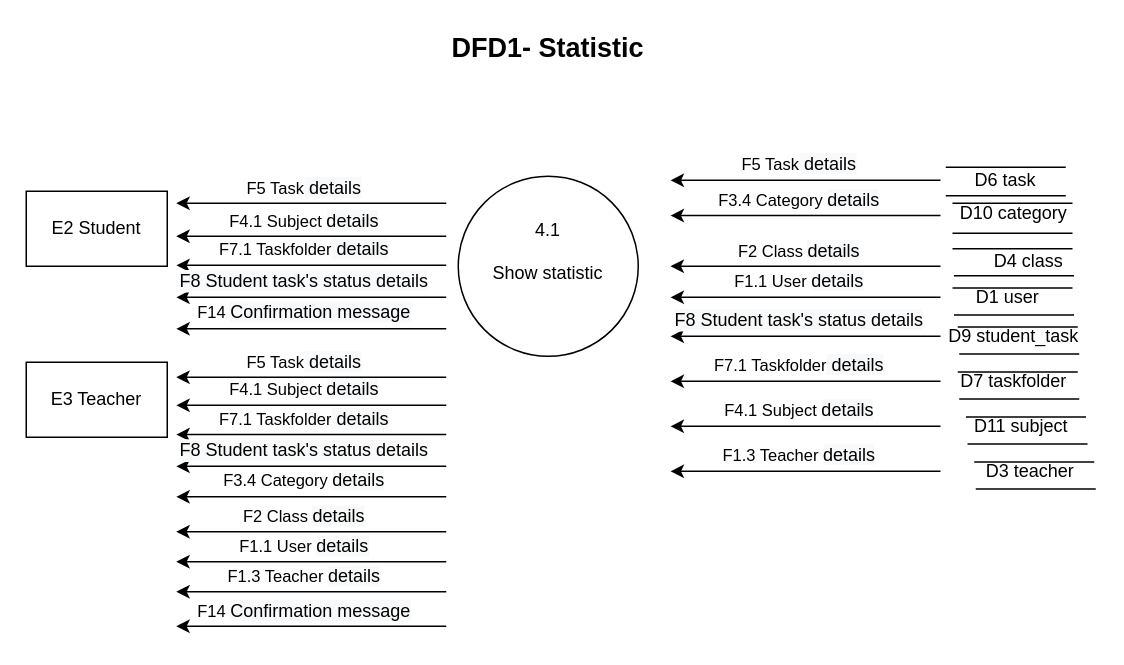
The draw.io diagram page "DFD1 Statistic" (6 of 8) of code/docs/diagrams.drawio in alsousha/projectFinish, before the edit. Source tidied: cells renumbered, new cells numbered last; positions are measured from the earlier drawing's top-left corner, leaving out a move shared by most shapes. Both pictures are drawn from the tidied source at 150%, with x=0, y=0 at pixel (26, 26).
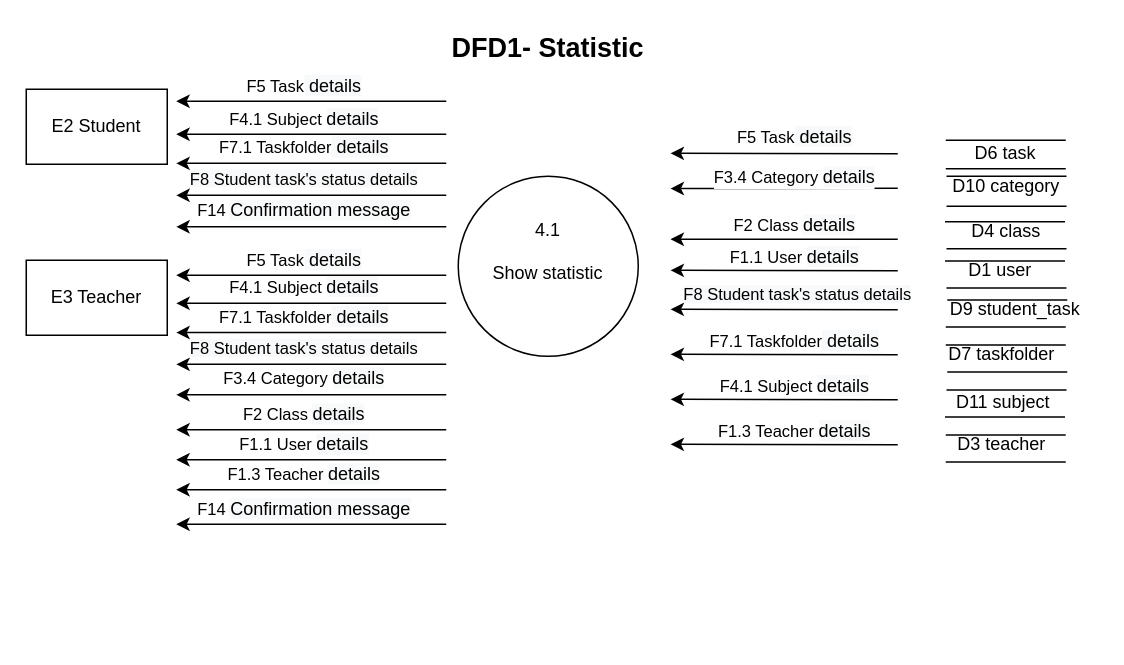
The same diagram, later.

What changed in the source:
```diff
@@
     <mxCell id="4" style="endArrow=none;html=1;rounded=0;" parent="1" edge="1">
       <mxGeometry relative="1" as="geometry">
-        <mxPoint x="613" y="94" as="sourcePoint" />
-        <mxPoint x="693" y="94" as="targetPoint" />
+        <mxPoint x="613" y="76" as="sourcePoint" />
+        <mxPoint x="693" y="76" as="targetPoint" />
       </mxGeometry>
     </mxCell>
     <mxCell id="5" style="endArrow=none;html=1;rounded=0;" parent="1" edge="1">
       <mxGeometry relative="1" as="geometry">
-        <mxPoint x="613" y="113" as="sourcePoint" />
-        <mxPoint x="693" y="113" as="targetPoint" />
+        <mxPoint x="613" y="95" as="sourcePoint" />
+        <mxPoint x="693" y="95" as="targetPoint" />
       </mxGeometry>
     </mxCell>
     <mxCell id="6" value="D6 task" style="text;html=1;strokeColor=none;fillColor=none;align=center;verticalAlign=middle;whiteSpace=wrap;rounded=0;" parent="1" vertex="1">
-      <mxGeometry x="623" y="88" width="60" height="30" as="geometry" />
+      <mxGeometry x="623" y="70" width="60" height="30" as="geometry" />
     </mxCell>
     <mxCell id="7" value="E3 Teacher" style="rounded=0;whiteSpace=wrap;html=1;" parent="1" vertex="1">
-      <mxGeometry y="224" width="94" height="50" as="geometry" />
+      <mxGeometry y="156" width="94" height="50" as="geometry" />
     </mxCell>
     <mxCell id="8" style="endArrow=none;html=1;rounded=0;" parent="1" edge="1">
       <mxGeometry relative="1" as="geometry">
-        <mxPoint x="617.5" y="118" as="sourcePoint" />
-        <mxPoint x="697.5" y="118" as="targetPoint" />
+        <mxPoint x="613.5" y="100" as="sourcePoint" />
+        <mxPoint x="693.5" y="100" as="targetPoint" />
       </mxGeometry>
     </mxCell>
     <mxCell id="9" style="endArrow=none;html=1;rounded=0;" parent="1" edge="1">
       <mxGeometry relative="1" as="geometry">
-        <mxPoint x="617.5" y="138" as="sourcePoint" />
-        <mxPoint x="697.5" y="138" as="targetPoint" />
+        <mxPoint x="613.5" y="120" as="sourcePoint" />
+        <mxPoint x="693.5" y="120" as="targetPoint" />
       </mxGeometry>
     </mxCell>
     <mxCell id="10" value="D10 category" style="text;html=1;align=center;verticalAlign=middle;" parent="1" vertex="1">
-      <mxGeometry x="612.5" y="115" width="90" height="20" as="geometry" />
+      <mxGeometry x="607.5" y="97" width="90" height="20" as="geometry" />
     </mxCell>
     <mxCell id="11" value="E2 Student" style="rounded=0;whiteSpace=wrap;html=1;" parent="1" vertex="1">
-      <mxGeometry y="110" width="94" height="50" as="geometry" />
+      <mxGeometry y="42" width="94" height="50" as="geometry" />
     </mxCell>
     <mxCell id="12" style="endArrow=none;html=1;rounded=0;" parent="1" edge="1">
       <mxGeometry relative="1" as="geometry">
-        <mxPoint x="617.5" y="148.4" as="sourcePoint" />
-        <mxPoint x="697.5" y="148.4" as="targetPoint" />
+        <mxPoint x="612.5" y="130.4" as="sourcePoint" />
+        <mxPoint x="692.5" y="130.4" as="targetPoint" />
       </mxGeometry>
     </mxCell>
     <mxCell id="13" style="endArrow=none;html=1;rounded=0;" parent="1" edge="1">
       <mxGeometry relative="1" as="geometry">
-        <mxPoint x="618.5" y="166.4" as="sourcePoint" />
-        <mxPoint x="698.5" y="166.4" as="targetPoint" />
+        <mxPoint x="613.5" y="148.4" as="sourcePoint" />
+        <mxPoint x="693.5" y="148.4" as="targetPoint" />
       </mxGeometry>
     </mxCell>
     <mxCell id="14" value="D4 class" style="text;html=1;align=center;verticalAlign=middle;" parent="1" vertex="1">
-      <mxGeometry x="638" y="147" width="60" height="20" as="geometry" />
+      <mxGeometry x="623" y="127" width="60" height="20" as="geometry" />
     </mxCell>
     <mxCell id="15" style="endArrow=none;html=1;rounded=0;" parent="1" edge="1">
       <mxGeometry relative="1" as="geometry">
-        <mxPoint x="617.5" y="174.5" as="sourcePoint" />
-        <mxPoint x="697.5" y="174.5" as="targetPoint" />
+        <mxPoint x="612.5" y="156.5" as="sourcePoint" />
+        <mxPoint x="692.5" y="156.5" as="targetPoint" />
       </mxGeometry>
     </mxCell>
     <mxCell id="16" style="endArrow=none;html=1;rounded=0;" parent="1" edge="1">
       <mxGeometry relative="1" as="geometry">
-        <mxPoint x="618.5" y="192.5" as="sourcePoint" />
-        <mxPoint x="698.5" y="192.5" as="targetPoint" />
+        <mxPoint x="613.5" y="174.5" as="sourcePoint" />
+        <mxPoint x="693.5" y="174.5" as="targetPoint" />
       </mxGeometry>
     </mxCell>
     <mxCell id="17" value="D1 user" style="text;html=1;align=center;verticalAlign=middle;" parent="1" vertex="1">
-      <mxGeometry x="624" y="171" width="60" height="20" as="geometry" />
+      <mxGeometry x="619" y="153" width="60" height="20" as="geometry" />
     </mxCell>
     <mxCell id="18" style="endArrow=none;html=1;rounded=0;" parent="1" edge="1">
       <mxGeometry relative="1" as="geometry">
-        <mxPoint x="621" y="200.5" as="sourcePoint" />
-        <mxPoint x="701" y="200.5" as="targetPoint" />
+        <mxPoint x="614" y="182.5" as="sourcePoint" />
+        <mxPoint x="694" y="182.5" as="targetPoint" />
       </mxGeometry>
     </mxCell>
     <mxCell id="19" style="endArrow=none;html=1;rounded=0;" parent="1" edge="1">
       <mxGeometry relative="1" as="geometry">
-        <mxPoint x="622" y="218.5" as="sourcePoint" />
-        <mxPoint x="702" y="218.5" as="targetPoint" />
+        <mxPoint x="613" y="200.5" as="sourcePoint" />
+        <mxPoint x="693" y="200.5" as="targetPoint" />
       </mxGeometry>
     </mxCell>
     <mxCell id="20" value="D9 student_task" style="text;html=1;align=center;verticalAlign=middle;" parent="1" vertex="1">
-      <mxGeometry x="607.5" y="197" width="100" height="20" as="geometry" />
+      <mxGeometry x="608.5" y="179" width="100" height="20" as="geometry" />
     </mxCell>
     <mxCell id="21" style="endArrow=none;html=1;rounded=0;" parent="1" edge="1">
       <mxGeometry relative="1" as="geometry">
-        <mxPoint x="621" y="230.5" as="sourcePoint" />
-        <mxPoint x="701" y="230.5" as="targetPoint" />
+        <mxPoint x="613" y="212.5" as="sourcePoint" />
+        <mxPoint x="693" y="212.5" as="targetPoint" />
       </mxGeometry>
     </mxCell>
     <mxCell id="22" style="endArrow=none;html=1;rounded=0;" parent="1" edge="1">
       <mxGeometry relative="1" as="geometry">
-        <mxPoint x="622" y="248.5" as="sourcePoint" />
-        <mxPoint x="702" y="248.5" as="targetPoint" />
+        <mxPoint x="614" y="230.5" as="sourcePoint" />
+        <mxPoint x="694" y="230.5" as="targetPoint" />
       </mxGeometry>
     </mxCell>
     <mxCell id="23" value="D7 taskfolder" style="text;html=1;align=center;verticalAlign=middle;" parent="1" vertex="1">
-      <mxGeometry x="612.5" y="227" width="90" height="20" as="geometry" />
+      <mxGeometry x="604.5" y="209" width="90" height="20" as="geometry" />
     </mxCell>
     <mxCell id="24" style="endArrow=none;html=1;rounded=0;" parent="1" edge="1">
       <mxGeometry relative="1" as="geometry">
-        <mxPoint x="626.5" y="260.5" as="sourcePoint" />
-        <mxPoint x="706.5" y="260.5" as="targetPoint" />
+        <mxPoint x="613.5" y="242.5" as="sourcePoint" />
+        <mxPoint x="693.5" y="242.5" as="targetPoint" />
       </mxGeometry>
     </mxCell>
     <mxCell id="25" style="endArrow=none;html=1;rounded=0;" parent="1" edge="1">
       <mxGeometry relative="1" as="geometry">
-        <mxPoint x="627.5" y="278.5" as="sourcePoint" />
-        <mxPoint x="707.5" y="278.5" as="targetPoint" />
+        <mxPoint x="612.5" y="260.5" as="sourcePoint" />
+        <mxPoint x="692.5" y="260.5" as="targetPoint" />
       </mxGeometry>
     </mxCell>
     <mxCell id="26" value="D11 subject" style="text;html=1;align=center;verticalAlign=middle;" parent="1" vertex="1">
-      <mxGeometry x="623" y="257" width="80" height="20" as="geometry" />
+      <mxGeometry x="610.5" y="241" width="80" height="20" as="geometry" />
     </mxCell>
     <mxCell id="27" style="endArrow=none;html=1;rounded=0;" parent="1" edge="1">
       <mxGeometry relative="1" as="geometry">
-        <mxPoint x="632" y="290.5" as="sourcePoint" />
-        <mxPoint x="712" y="290.5" as="targetPoint" />
+        <mxPoint x="613" y="272.5" as="sourcePoint" />
+        <mxPoint x="693" y="272.5" as="targetPoint" />
       </mxGeometry>
     </mxCell>
     <mxCell id="28" style="endArrow=none;html=1;rounded=0;" parent="1" edge="1">
       <mxGeometry relative="1" as="geometry">
-        <mxPoint x="633" y="308.5" as="sourcePoint" />
-        <mxPoint x="713" y="308.5" as="targetPoint" />
+        <mxPoint x="613" y="290.5" as="sourcePoint" />
+        <mxPoint x="693" y="290.5" as="targetPoint" />
       </mxGeometry>
     </mxCell>
     <mxCell id="29" value="D3 teacher" style="text;html=1;align=center;verticalAlign=middle;" parent="1" vertex="1">
-      <mxGeometry x="633.5" y="287" width="70" height="20" as="geometry" />
+      <mxGeometry x="614.5" y="269" width="70" height="20" as="geometry" />
     </mxCell>
     <mxCell id="30" style="endArrow=classic;html=1;rounded=0;" parent="1" edge="1">
       <mxGeometry relative="1" as="geometry">
-        <mxPoint x="609.5" y="102.7" as="sourcePoint" />
-        <mxPoint x="429.5" y="102.7" as="targetPoint" />
+        <mxPoint x="581" y="85" as="sourcePoint" />
+        <mxPoint x="429.5" y="84.7" as="targetPoint" />
       </mxGeometry>
     </mxCell>
     <mxCell id="31" value="F5 Task&lt;span style=&quot;font-size: 12px ; background-color: rgb(248 , 249 , 250)&quot;&gt;&amp;nbsp;details&lt;/span&gt;" style="edgeLabel;html=1;align=center;verticalAlign=middle;" parent="30" vertex="1">
       <mxGeometry x="-0.67" y="1" relative="1" as="geometry">
-        <mxPoint x="-65.4" y="-12" as="offset" />
+        <mxPoint x="-44.7" y="-12" as="offset" />
       </mxGeometry>
     </mxCell>
     <mxCell id="32" style="endArrow=classic;html=1;rounded=0;" parent="1" edge="1">
       <mxGeometry relative="1" as="geometry">
-        <mxPoint x="609.5" y="126.2" as="sourcePoint" />
-        <mxPoint x="429.5" y="126.2" as="targetPoint" />
+        <mxPoint x="581" y="108" as="sourcePoint" />
+        <mxPoint x="429.5" y="108.2" as="targetPoint" />
       </mxGeometry>
     </mxCell>
     <mxCell id="33" value="F3.4 Category&amp;nbsp;&lt;span style=&quot;font-size: 12px ; background-color: rgb(248 , 249 , 250)&quot;&gt;details&lt;/span&gt;" style="edgeLabel;html=1;align=center;verticalAlign=middle;" parent="32" vertex="1">
       <mxGeometry x="-0.67" y="1" relative="1" as="geometry">
-        <mxPoint x="-65.4" y="-12" as="offset" />
+        <mxPoint x="-44.7" y="-9" as="offset" />
       </mxGeometry>
     </mxCell>
     <mxCell id="34" style="endArrow=classic;html=1;rounded=0;" parent="1" edge="1">
       <mxGeometry relative="1" as="geometry">
-        <mxPoint x="609.5" y="160" as="sourcePoint" />
-        <mxPoint x="429.5" y="160" as="targetPoint" />
+        <mxPoint x="581" y="142" as="sourcePoint" />
+        <mxPoint x="429.5" y="142" as="targetPoint" />
       </mxGeometry>
     </mxCell>
     <mxCell id="35" value="F2 Class&amp;nbsp;&lt;span style=&quot;font-size: 12px ; background-color: rgb(248 , 249 , 250)&quot;&gt;details&lt;/span&gt;" style="edgeLabel;html=1;align=center;verticalAlign=middle;" parent="34" vertex="1">
       <mxGeometry x="-0.67" y="1" relative="1" as="geometry">
-        <mxPoint x="-65.4" y="-12" as="offset" />
+        <mxPoint x="-44.7" y="-11" as="offset" />
       </mxGeometry>
     </mxCell>
     <mxCell id="36" style="endArrow=classic;html=1;rounded=0;" parent="1" edge="1">
       <mxGeometry relative="1" as="geometry">
-        <mxPoint x="609.5" y="180.7" as="sourcePoint" />
-        <mxPoint x="429.5" y="180.7" as="targetPoint" />
+        <mxPoint x="581" y="163" as="sourcePoint" />
+        <mxPoint x="429.5" y="162.7" as="targetPoint" />
       </mxGeometry>
     </mxCell>
     <mxCell id="37" value="F1.1 User&amp;nbsp;&lt;span style=&quot;font-size: 12px ; background-color: rgb(248 , 249 , 250)&quot;&gt;details&lt;/span&gt;" style="edgeLabel;html=1;align=center;verticalAlign=middle;" parent="36" vertex="1">
       <mxGeometry x="-0.67" y="1" relative="1" as="geometry">
-        <mxPoint x="-65.4" y="-12" as="offset" />
+        <mxPoint x="-44.7" y="-10.9" as="offset" />
       </mxGeometry>
     </mxCell>
     <mxCell id="38" style="endArrow=classic;html=1;rounded=0;" parent="1" edge="1">
       <mxGeometry relative="1" as="geometry">
-        <mxPoint x="609.5" y="206.7" as="sourcePoint" />
-        <mxPoint x="429.5" y="206.7" as="targetPoint" />
+        <mxPoint x="581" y="189" as="sourcePoint" />
+        <mxPoint x="429.5" y="188.7" as="targetPoint" />
       </mxGeometry>
     </mxCell>
-    <mxCell id="39" value="&lt;span style=&quot;font-size: 12px ; background-color: rgb(248 , 249 , 250)&quot;&gt;F8 Student task's status details&lt;/span&gt;" style="edgeLabel;html=1;align=center;verticalAlign=middle;" parent="38" vertex="1">
+    <mxCell id="39" value="&lt;span style=&quot;background-color: rgb(248 , 249 , 250)&quot;&gt;&lt;font style=&quot;font-size: 11px&quot;&gt;F8 Student task's status details&lt;/font&gt;&lt;/span&gt;" style="edgeLabel;html=1;align=center;verticalAlign=middle;" parent="38" vertex="1">
       <mxGeometry x="-0.67" y="1" relative="1" as="geometry">
-        <mxPoint x="-65.4" y="-12" as="offset" />
+        <mxPoint x="-42.7" y="-11.9" as="offset" />
       </mxGeometry>
     </mxCell>
     <mxCell id="40" style="endArrow=classic;html=1;rounded=0;" parent="1" edge="1">
       <mxGeometry relative="1" as="geometry">
-        <mxPoint x="609.5" y="236.7" as="sourcePoint" />
-        <mxPoint x="429.5" y="236.7" as="targetPoint" />
+        <mxPoint x="581" y="219" as="sourcePoint" />
+        <mxPoint x="429.5" y="218.7" as="targetPoint" />
       </mxGeometry>
     </mxCell>
     <mxCell id="41" value="F7.1 Taskfolder&lt;span style=&quot;font-size: 12px ; background-color: rgb(248 , 249 , 250)&quot;&gt;&amp;nbsp;details&lt;/span&gt;" style="edgeLabel;html=1;align=center;verticalAlign=middle;" parent="40" vertex="1">
       <mxGeometry x="-0.67" y="1" relative="1" as="geometry">
-        <mxPoint x="-65.4" y="-12" as="offset" />
+        <mxPoint x="-44.7" y="-10.9" as="offset" />
       </mxGeometry>
     </mxCell>
     <mxCell id="42" style="endArrow=classic;html=1;rounded=0;" parent="1" edge="1">
       <mxGeometry relative="1" as="geometry">
-        <mxPoint x="609.5" y="266.7" as="sourcePoint" />
-        <mxPoint x="429.5" y="266.7" as="targetPoint" />
+        <mxPoint x="581" y="249" as="sourcePoint" />
+        <mxPoint x="429.5" y="248.7" as="targetPoint" />
       </mxGeometry>
     </mxCell>
     <mxCell id="43" value="F4.1 Subject&amp;nbsp;&lt;span style=&quot;font-size: 12px ; background-color: rgb(248 , 249 , 250)&quot;&gt;details&lt;/span&gt;" style="edgeLabel;html=1;align=center;verticalAlign=middle;" parent="42" vertex="1">
       <mxGeometry x="-0.67" y="1" relative="1" as="geometry">
-        <mxPoint x="-65.4" y="-12" as="offset" />
+        <mxPoint x="-44.7" y="-10.9" as="offset" />
       </mxGeometry>
     </mxCell>
     <mxCell id="44" style="endArrow=classic;html=1;rounded=0;" parent="1" edge="1">
       <mxGeometry relative="1" as="geometry">
-        <mxPoint x="609.5" y="296.7" as="sourcePoint" />
-        <mxPoint x="429.5" y="296.7" as="targetPoint" />
+        <mxPoint x="581" y="279" as="sourcePoint" />
+        <mxPoint x="429.5" y="278.7" as="targetPoint" />
       </mxGeometry>
     </mxCell>
     <mxCell id="45" value="F1.3 Teacher&amp;nbsp;&lt;span style=&quot;font-size: 12px ; background-color: rgb(248 , 249 , 250)&quot;&gt;details&lt;/span&gt;" style="edgeLabel;html=1;align=center;verticalAlign=middle;" parent="44" vertex="1">
       <mxGeometry x="-0.67" y="1" relative="1" as="geometry">
-        <mxPoint x="-65.4" y="-12" as="offset" />
+        <mxPoint x="-44.7" y="-10.9" as="offset" />
       </mxGeometry>
     </mxCell>
     <mxCell id="46" style="endArrow=classic;html=1;rounded=0;" parent="1" edge="1">
       <mxGeometry relative="1" as="geometry">
-        <mxPoint x="280" y="118" as="sourcePoint" />
-        <mxPoint x="100" y="118" as="targetPoint" />
+        <mxPoint x="280" y="50" as="sourcePoint" />
+        <mxPoint x="100" y="50" as="targetPoint" />
       </mxGeometry>
     </mxCell>
@@
     <mxCell id="48" style="endArrow=classic;html=1;rounded=0;" parent="1" edge="1">
       <mxGeometry relative="1" as="geometry">
-        <mxPoint x="280" y="234" as="sourcePoint" />
-        <mxPoint x="100" y="234" as="targetPoint" />
+        <mxPoint x="280" y="166" as="sourcePoint" />
+        <mxPoint x="100" y="166" as="targetPoint" />
       </mxGeometry>
     </mxCell>
@@
     <mxCell id="50" style="endArrow=classic;html=1;rounded=0;" parent="1" edge="1">
       <mxGeometry relative="1" as="geometry">
-        <mxPoint x="280" y="140" as="sourcePoint" />
-        <mxPoint x="100" y="140" as="targetPoint" />
+        <mxPoint x="280" y="72" as="sourcePoint" />
+        <mxPoint x="100" y="72" as="targetPoint" />
       </mxGeometry>
     </mxCell>
@@
     <mxCell id="52" style="endArrow=classic;html=1;rounded=0;" parent="1" edge="1">
       <mxGeometry relative="1" as="geometry">
-        <mxPoint x="280" y="159.4" as="sourcePoint" />
-        <mxPoint x="100" y="159.4" as="targetPoint" />
+        <mxPoint x="280" y="91.4" as="sourcePoint" />
+        <mxPoint x="100" y="91.4" as="targetPoint" />
       </mxGeometry>
     </mxCell>
@@
     <mxCell id="54" style="endArrow=classic;html=1;rounded=0;" parent="1" edge="1">
       <mxGeometry relative="1" as="geometry">
-        <mxPoint x="280" y="180.7" as="sourcePoint" />
-        <mxPoint x="100" y="180.7" as="targetPoint" />
+        <mxPoint x="280" y="112.7" as="sourcePoint" />
+        <mxPoint x="100" y="112.7" as="targetPoint" />
       </mxGeometry>
     </mxCell>
-    <mxCell id="55" value="&lt;span style=&quot;font-size: 12px ; background-color: rgb(248 , 249 , 250)&quot;&gt;F8 Student task's status details&lt;/span&gt;" style="edgeLabel;html=1;align=center;verticalAlign=middle;" parent="54" vertex="1">
+    <mxCell id="55" value="&lt;span style=&quot;background-color: rgb(248 , 249 , 250)&quot;&gt;&lt;font style=&quot;font-size: 11px&quot;&gt;F8 Student task's status details&lt;/font&gt;&lt;/span&gt;" style="edgeLabel;html=1;align=center;verticalAlign=middle;" parent="54" vertex="1">
       <mxGeometry x="-0.67" y="1" relative="1" as="geometry">
         <mxPoint x="-65.4" y="-12" as="offset" />
       </mxGeometry>
     </mxCell>
     <mxCell id="56" style="endArrow=classic;html=1;rounded=0;" parent="1" edge="1">
       <mxGeometry relative="1" as="geometry">
-        <mxPoint x="280" y="252.7" as="sourcePoint" />
-        <mxPoint x="100" y="252.7" as="targetPoint" />
+        <mxPoint x="280" y="184.7" as="sourcePoint" />
+        <mxPoint x="100" y="184.7" as="targetPoint" />
       </mxGeometry>
     </mxCell>
@@
     <mxCell id="58" style="endArrow=classic;html=1;rounded=0;" parent="1" edge="1">
       <mxGeometry relative="1" as="geometry">
-        <mxPoint x="280" y="272.2" as="sourcePoint" />
-        <mxPoint x="100" y="272.2" as="targetPoint" />
+        <mxPoint x="280" y="204.2" as="sourcePoint" />
+        <mxPoint x="100" y="204.2" as="targetPoint" />
       </mxGeometry>
     </mxCell>
@@
     <mxCell id="60" style="endArrow=classic;html=1;rounded=0;" parent="1" edge="1">
       <mxGeometry relative="1" as="geometry">
-        <mxPoint x="280" y="293.4" as="sourcePoint" />
-        <mxPoint x="100" y="293.4" as="targetPoint" />
+        <mxPoint x="280" y="225.4" as="sourcePoint" />
+        <mxPoint x="100" y="225.4" as="targetPoint" />
       </mxGeometry>
     </mxCell>
-    <mxCell id="61" value="&lt;span style=&quot;font-size: 12px ; background-color: rgb(248 , 249 , 250)&quot;&gt;F8 Student task's status details&lt;/span&gt;" style="edgeLabel;html=1;align=center;verticalAlign=middle;" parent="60" vertex="1">
+    <mxCell id="61" value="&lt;span style=&quot;background-color: rgb(248 , 249 , 250)&quot;&gt;&lt;font style=&quot;font-size: 11px&quot;&gt;F8 Student task's status details&lt;/font&gt;&lt;/span&gt;" style="edgeLabel;html=1;align=center;verticalAlign=middle;" parent="60" vertex="1">
       <mxGeometry x="-0.67" y="1" relative="1" as="geometry">
         <mxPoint x="-65.4" y="-12" as="offset" />
       </mxGeometry>
     </mxCell>
     <mxCell id="62" style="endArrow=classic;html=1;rounded=0;" parent="1" edge="1">
       <mxGeometry relative="1" as="geometry">
-        <mxPoint x="280" y="313.7" as="sourcePoint" />
-        <mxPoint x="100" y="313.7" as="targetPoint" />
+        <mxPoint x="280" y="245.7" as="sourcePoint" />
+        <mxPoint x="100" y="245.7" as="targetPoint" />
       </mxGeometry>
     </mxCell>
@@
     <mxCell id="64" style="endArrow=classic;html=1;rounded=0;" parent="1" edge="1">
       <mxGeometry relative="1" as="geometry">
-        <mxPoint x="280" y="337" as="sourcePoint" />
-        <mxPoint x="100" y="337" as="targetPoint" />
+        <mxPoint x="280" y="269" as="sourcePoint" />
+        <mxPoint x="100" y="269" as="targetPoint" />
       </mxGeometry>
     </mxCell>
@@
     <mxCell id="66" style="endArrow=classic;html=1;rounded=0;" parent="1" edge="1">
       <mxGeometry relative="1" as="geometry">
-        <mxPoint x="280" y="357" as="sourcePoint" />
-        <mxPoint x="100" y="357" as="targetPoint" />
+        <mxPoint x="280" y="289" as="sourcePoint" />
+        <mxPoint x="100" y="289" as="targetPoint" />
       </mxGeometry>
     </mxCell>
@@
     <mxCell id="68" style="endArrow=classic;html=1;rounded=0;" parent="1" edge="1">
       <mxGeometry relative="1" as="geometry">
-        <mxPoint x="280" y="377" as="sourcePoint" />
-        <mxPoint x="100" y="377" as="targetPoint" />
+        <mxPoint x="280" y="309" as="sourcePoint" />
+        <mxPoint x="100" y="309" as="targetPoint" />
       </mxGeometry>
     </mxCell>
@@
     <mxCell id="70" style="endArrow=classic;html=1;rounded=0;" parent="1" edge="1">
       <mxGeometry relative="1" as="geometry">
-        <mxPoint x="280" y="400" as="sourcePoint" />
-        <mxPoint x="100" y="400" as="targetPoint" />
+        <mxPoint x="280" y="332" as="sourcePoint" />
+        <mxPoint x="100" y="332" as="targetPoint" />
       </mxGeometry>
     </mxCell>
@@
     <mxCell id="72" style="endArrow=classic;html=1;rounded=0;" parent="1" edge="1">
       <mxGeometry relative="1" as="geometry">
-        <mxPoint x="280" y="201.7" as="sourcePoint" />
-        <mxPoint x="100" y="201.7" as="targetPoint" />
+        <mxPoint x="280" y="133.7" as="sourcePoint" />
+        <mxPoint x="100" y="133.7" as="targetPoint" />
       </mxGeometry>
     </mxCell>
```
